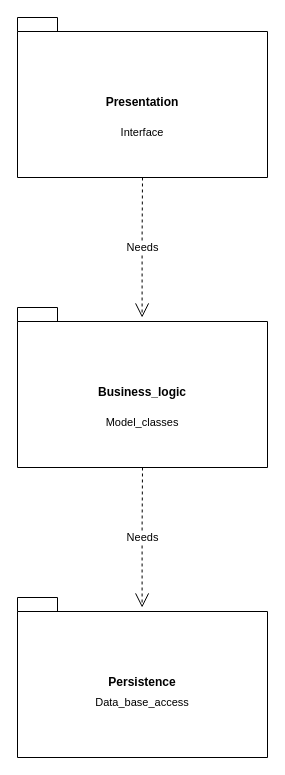
The draw.io diagram uml_package_diagram.drawio in hedjouj/holbertonschool-hbnb, before the edit. Source tidied: cells renumbered, new cells numbered last; positions are measured from the earlier drawing's top-left corner, leaving out a move shared by most shapes. Both pictures are drawn from the tidied source at 100%, with x=0, y=0 at pixel (17, 17).
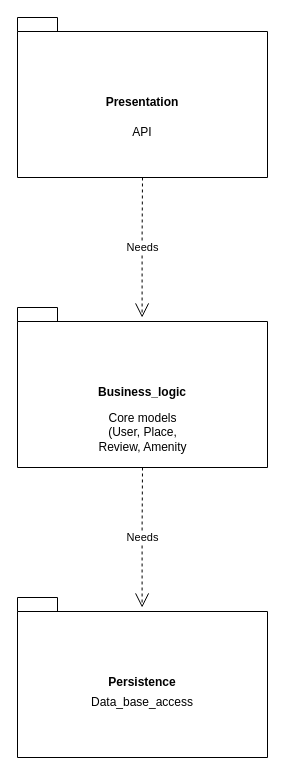
The same diagram, later.

Commit message:
Mettre à jour uml_package_diagram.drawio

The edit, as a diff of the source:
```diff
@@
 <mxGraphModel>
   <root>
     <mxCell id="0" />
     <mxCell id="1" parent="0" />
     <mxCell id="2" value="Persistence" style="shape=folder;fontStyle=1;spacingTop=10;tabWidth=40;tabHeight=14;tabPosition=left;html=1;whiteSpace=wrap;" parent="1" vertex="1">
       <mxGeometry y="580" width="250" height="160" as="geometry" />
     </mxCell>
     <mxCell id="3" value="Presentation" style="shape=folder;fontStyle=1;spacingTop=10;tabWidth=40;tabHeight=14;tabPosition=left;html=1;whiteSpace=wrap;" parent="1" vertex="1">
       <mxGeometry width="250" height="160" as="geometry" />
     </mxCell>
     <mxCell id="4" value="Business_logic" style="shape=folder;fontStyle=1;spacingTop=10;tabWidth=40;tabHeight=14;tabPosition=left;html=1;whiteSpace=wrap;" parent="1" vertex="1">
       <mxGeometry y="290" width="250" height="160" as="geometry" />
     </mxCell>
     <mxCell id="5" value="Needs" style="endArrow=open;endSize=12;dashed=1;html=1;rounded=0;" parent="1" edge="1">
       <mxGeometry relative="1" as="geometry">
         <mxPoint x="125" y="160" as="sourcePoint" />
         <mxPoint x="124.6" y="300" as="targetPoint" />
         <Array as="points">
           <mxPoint x="124.6" y="220" />
         </Array>
       </mxGeometry>
     </mxCell>
-    <mxCell id="6" value="&lt;span style=&quot;font-weight: normal;&quot;&gt;&lt;font style=&quot;font-size: 11px;&quot;&gt;Interface&lt;/font&gt;&lt;/span&gt;" style="text;html=1;align=center;verticalAlign=middle;whiteSpace=wrap;rounded=0;fontFamily=Helvetica;fontSize=12;fontColor=default;fontStyle=1;" parent="1" vertex="1">
-      <mxGeometry x="95" y="100" width="60" height="30" as="geometry" />
-    </mxCell>
-    <mxCell id="7" value="&lt;font style=&quot;font-size: 11px; font-weight: normal;&quot;&gt;Model_classes&lt;/font&gt;" style="text;html=1;align=center;verticalAlign=middle;whiteSpace=wrap;rounded=0;fontFamily=Helvetica;fontSize=12;fontColor=default;fontStyle=1;" parent="1" vertex="1">
-      <mxGeometry x="95" y="390" width="60" height="30" as="geometry" />
-    </mxCell>
-    <mxCell id="8" value="&lt;span style=&quot;font-weight: normal;&quot;&gt;&lt;font style=&quot;font-size: 11px;&quot;&gt;Data_base_access&lt;/font&gt;&lt;/span&gt;" style="text;html=1;align=center;verticalAlign=middle;whiteSpace=wrap;rounded=0;fontFamily=Helvetica;fontSize=12;fontColor=default;fontStyle=1;" parent="1" vertex="1">
+    <mxCell id="8" value="&lt;span style=&quot;font-weight: normal;&quot;&gt;&lt;font style=&quot;font-size: 12px;&quot;&gt;Data_base_access&lt;/font&gt;&lt;/span&gt;" style="text;html=1;align=center;verticalAlign=middle;whiteSpace=wrap;rounded=0;fontFamily=Helvetica;fontSize=12;fontColor=default;fontStyle=1;" parent="1" vertex="1">
       <mxGeometry x="95" y="670" width="60" height="30" as="geometry" />
     </mxCell>
     <mxCell id="9" value="Needs" style="endArrow=open;endSize=12;dashed=1;html=1;rounded=0;" parent="1" edge="1">
       <mxGeometry relative="1" as="geometry">
         <mxPoint x="125" y="450" as="sourcePoint" />
         <mxPoint x="124.6" y="590" as="targetPoint" />
         <Array as="points">
           <mxPoint x="124.6" y="510" />
         </Array>
       </mxGeometry>
     </mxCell>
+    <mxCell id="10" value="&lt;span style=&quot;font-weight: normal;&quot;&gt;API&lt;/span&gt;" style="text;html=1;align=center;verticalAlign=middle;whiteSpace=wrap;rounded=0;fontFamily=Helvetica;fontSize=12;fontColor=default;fontStyle=1;" parent="1" vertex="1">
+      <mxGeometry x="95" y="100" width="60" height="30" as="geometry" />
+    </mxCell>
+    <mxCell id="11" value="&lt;span style=&quot;font-weight: normal;&quot;&gt;Core models (User, Place, Review, Amenity&lt;/span&gt;" style="text;html=1;align=center;verticalAlign=middle;whiteSpace=wrap;rounded=0;fontFamily=Helvetica;fontSize=12;fontColor=default;fontStyle=1;" parent="1" vertex="1">
+      <mxGeometry x="72.5" y="400" width="105" height="30" as="geometry" />
+    </mxCell>
   </root>
 </mxGraphModel>
```
